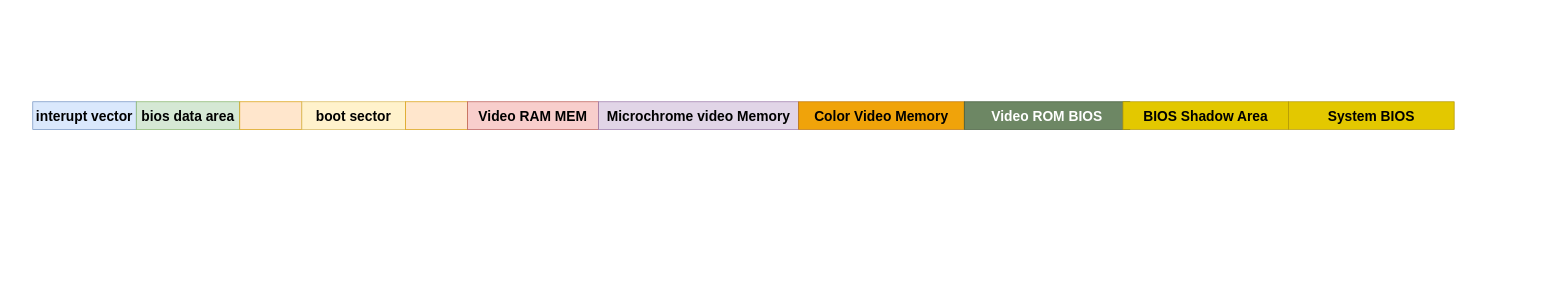
This is 未命名绘图.drawio from wbzzx-bb/HUAWEI-STORE-GO, a draw.io file, before an edit. Source tidied: cells renumbered, new cells numbered last; positions are measured from the earlier drawing's top-left corner, leaving out a move shared by most shapes. Both pictures are drawn from the tidied source at 69%, with x=0, y=0 at pixel (32, 101).
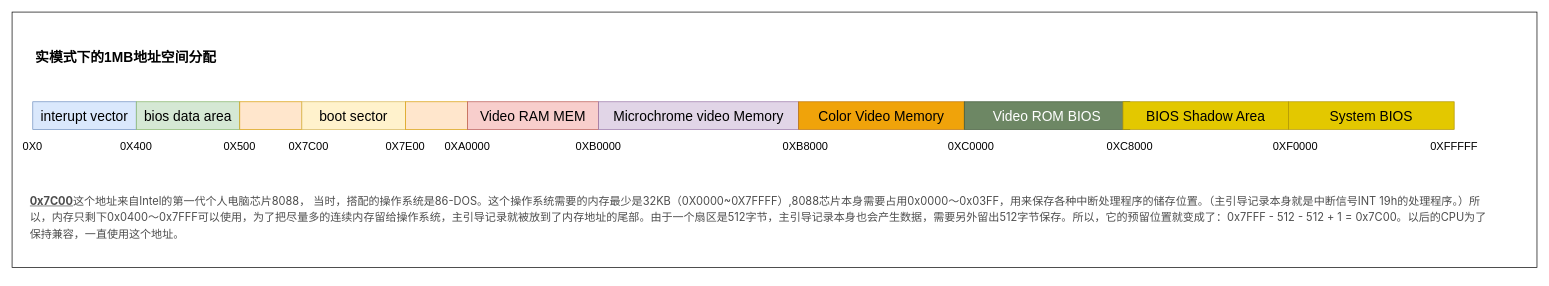
Above is the later version.

Commit message (it also covers changes not shown here):
更新未命名绘图.drawio

The edit, as a diff of the source:
```diff
@@
+    <mxCell id="13" style="whiteSpace=wrap;html=1;" parent="1" vertex="1">
+      <mxGeometry x="-30" y="-130" width="2210" height="370" as="geometry" />
+    </mxCell>
-    <mxCell id="2" value="&lt;font style=&quot;font-size: 20px;&quot;&gt;interupt vector&lt;/font&gt;" style="rounded=0;whiteSpace=wrap;html=1;fillColor=#dae8fc;strokeColor=#6c8ebf;fontStyle=1;fontSize=20;" parent="1" vertex="1">
+    <mxCell id="2" value="&lt;font style=&quot;font-size: 20px;&quot;&gt;interupt vector&lt;/font&gt;" style="rounded=0;whiteSpace=wrap;html=1;fillColor=#dae8fc;strokeColor=#6c8ebf;fontStyle=0;fontSize=20;" parent="1" vertex="1">
       <mxGeometry width="150" height="40" as="geometry" />
     </mxCell>
-    <mxCell id="3" value="bios data area" style="rounded=0;whiteSpace=wrap;html=1;fillColor=#d5e8d4;strokeColor=#82b366;fontStyle=1;fontSize=20;" parent="1" vertex="1">
+    <mxCell id="3" value="bios data area" style="rounded=0;whiteSpace=wrap;html=1;fillColor=#d5e8d4;strokeColor=#82b366;fontStyle=0;fontSize=20;" parent="1" vertex="1">
       <mxGeometry x="150" width="150" height="40" as="geometry" />
     </mxCell>
-    <mxCell id="4" style="rounded=0;whiteSpace=wrap;html=1;fillColor=#ffe6cc;strokeColor=#d79b00;fontStyle=1;fontSize=20;" parent="1" vertex="1">
+    <mxCell id="4" style="rounded=0;whiteSpace=wrap;html=1;fillColor=#ffe6cc;strokeColor=#d79b00;fontStyle=0;fontSize=20;" parent="1" vertex="1">
       <mxGeometry x="300" width="90" height="40" as="geometry" />
     </mxCell>
-    <mxCell id="5" value="boot sector" style="rounded=0;whiteSpace=wrap;html=1;fillColor=#fff2cc;strokeColor=#d6b656;fontStyle=1;fontSize=20;" parent="1" vertex="1">
+    <mxCell id="5" value="boot sector" style="rounded=0;whiteSpace=wrap;html=1;fillColor=#fff2cc;strokeColor=#d6b656;fontStyle=0;fontSize=20;" parent="1" vertex="1">
       <mxGeometry x="390" width="150" height="40" as="geometry" />
     </mxCell>
-    <mxCell id="6" style="rounded=0;whiteSpace=wrap;html=1;fillColor=#ffe6cc;strokeColor=#d79b00;fontStyle=1;fontSize=20;" parent="1" vertex="1">
+    <mxCell id="6" style="rounded=0;whiteSpace=wrap;html=1;fillColor=#ffe6cc;strokeColor=#d79b00;fontStyle=0;fontSize=20;" parent="1" vertex="1">
       <mxGeometry x="540" width="90" height="40" as="geometry" />
     </mxCell>
-    <mxCell id="7" value="Video RAM MEM" style="rounded=0;whiteSpace=wrap;html=1;fillColor=#f8cecc;strokeColor=#b85450;fontStyle=1;fontSize=20;" parent="1" vertex="1">
+    <mxCell id="7" value="Video RAM MEM" style="rounded=0;whiteSpace=wrap;html=1;fillColor=#f8cecc;strokeColor=#b85450;fontStyle=0;fontSize=20;" parent="1" vertex="1">
       <mxGeometry x="630" width="190" height="40" as="geometry" />
     </mxCell>
-    <mxCell id="8" value="Microchrome video Memory" style="rounded=0;whiteSpace=wrap;html=1;fillColor=#e1d5e7;strokeColor=#9673a6;fontStyle=1;fontSize=20;" parent="1" vertex="1">
+    <mxCell id="8" value="Microchrome video Memory" style="rounded=0;whiteSpace=wrap;html=1;fillColor=#e1d5e7;strokeColor=#9673a6;fontStyle=0;fontSize=20;" parent="1" vertex="1">
       <mxGeometry x="820" width="290" height="40" as="geometry" />
     </mxCell>
-    <mxCell id="9" value="Color Video Memory" style="rounded=0;whiteSpace=wrap;html=1;fillColor=#f0a30a;strokeColor=#BD7000;fontStyle=1;fontSize=20;fontColor=#000000;" parent="1" vertex="1">
+    <mxCell id="9" value="Color Video Memory" style="rounded=0;whiteSpace=wrap;html=1;fillColor=#f0a30a;strokeColor=#BD7000;fontStyle=0;fontSize=20;fontColor=#000000;" parent="1" vertex="1">
       <mxGeometry x="1110" width="240" height="40" as="geometry" />
     </mxCell>
-    <mxCell id="10" value="Video ROM BIOS" style="rounded=0;whiteSpace=wrap;html=1;fillColor=#6d8764;strokeColor=#3A5431;fontStyle=1;fontSize=20;fontColor=#ffffff;" parent="1" vertex="1">
+    <mxCell id="10" value="Video ROM BIOS" style="rounded=0;whiteSpace=wrap;html=1;fillColor=#6d8764;strokeColor=#3A5431;fontStyle=0;fontSize=20;fontColor=#ffffff;" parent="1" vertex="1">
       <mxGeometry x="1350" width="240" height="40" as="geometry" />
     </mxCell>
-    <mxCell id="11" value="BIOS Shadow Area" style="rounded=0;whiteSpace=wrap;html=1;fillColor=#e3c800;strokeColor=#B09500;fontStyle=1;fontSize=20;fontColor=#000000;" parent="1" vertex="1">
+    <mxCell id="11" value="BIOS Shadow Area" style="rounded=0;whiteSpace=wrap;html=1;fillColor=#e3c800;strokeColor=#B09500;fontStyle=0;fontSize=20;fontColor=#000000;" parent="1" vertex="1">
       <mxGeometry x="1580" width="240" height="40" as="geometry" />
     </mxCell>
-    <mxCell id="12" value="System BIOS" style="rounded=0;whiteSpace=wrap;html=1;fillColor=#e3c800;strokeColor=#B09500;fontStyle=1;fontSize=20;fontColor=#000000;" parent="1" vertex="1">
+    <mxCell id="12" value="System BIOS" style="rounded=0;whiteSpace=wrap;html=1;fillColor=#e3c800;strokeColor=#B09500;fontStyle=0;fontSize=20;fontColor=#000000;" parent="1" vertex="1">
       <mxGeometry x="1820" width="240" height="40" as="geometry" />
     </mxCell>
+    <mxCell id="14" value="&lt;font style=&quot;font-size: 16px;&quot;&gt;0X0&lt;/font&gt;" style="text;strokeColor=none;align=center;fillColor=none;html=1;verticalAlign=middle;whiteSpace=wrap;rounded=0;" parent="1" vertex="1">
+      <mxGeometry x="-30" y="50" width="60" height="30" as="geometry" />
+    </mxCell>
+    <mxCell id="15" value="&lt;font style=&quot;font-size: 16px;&quot;&gt;0X400&lt;/font&gt;" style="text;strokeColor=none;align=center;fillColor=none;html=1;verticalAlign=middle;whiteSpace=wrap;rounded=0;" parent="1" vertex="1">
+      <mxGeometry x="120" y="50" width="60" height="30" as="geometry" />
+    </mxCell>
+    <mxCell id="16" value="&lt;font style=&quot;font-size: 16px;&quot;&gt;0X500&lt;/font&gt;" style="text;strokeColor=none;align=center;fillColor=none;html=1;verticalAlign=middle;whiteSpace=wrap;rounded=0;" parent="1" vertex="1">
+      <mxGeometry x="270" y="50" width="60" height="30" as="geometry" />
+    </mxCell>
+    <mxCell id="17" value="&lt;font style=&quot;font-size: 16px;&quot;&gt;0X7C00&lt;/font&gt;" style="text;strokeColor=none;align=center;fillColor=none;html=1;verticalAlign=middle;whiteSpace=wrap;rounded=0;" parent="1" vertex="1">
+      <mxGeometry x="370" y="50" width="60" height="30" as="geometry" />
+    </mxCell>
+    <mxCell id="18" value="&lt;font style=&quot;font-size: 16px;&quot;&gt;0X7E00&lt;/font&gt;" style="text;strokeColor=none;align=center;fillColor=none;html=1;verticalAlign=middle;whiteSpace=wrap;rounded=0;" parent="1" vertex="1">
+      <mxGeometry x="510" y="50" width="60" height="30" as="geometry" />
+    </mxCell>
+    <mxCell id="19" value="&lt;font style=&quot;font-size: 16px;&quot;&gt;0XA0000&lt;/font&gt;" style="text;strokeColor=none;align=center;fillColor=none;html=1;verticalAlign=middle;whiteSpace=wrap;rounded=0;" parent="1" vertex="1">
+      <mxGeometry x="600" y="50" width="60" height="30" as="geometry" />
+    </mxCell>
+    <mxCell id="20" value="&lt;font style=&quot;font-size: 16px;&quot;&gt;0XB0000&lt;/font&gt;" style="text;strokeColor=none;align=center;fillColor=none;html=1;verticalAlign=middle;whiteSpace=wrap;rounded=0;" parent="1" vertex="1">
+      <mxGeometry x="790" y="50" width="60" height="30" as="geometry" />
+    </mxCell>
+    <mxCell id="21" value="&lt;font style=&quot;font-size: 16px;&quot;&gt;0XB8000&lt;/font&gt;" style="text;strokeColor=none;align=center;fillColor=none;html=1;verticalAlign=middle;whiteSpace=wrap;rounded=0;" parent="1" vertex="1">
+      <mxGeometry x="1090" y="50" width="60" height="30" as="geometry" />
+    </mxCell>
+    <mxCell id="22" value="&lt;font style=&quot;font-size: 16px;&quot;&gt;0XC0000&lt;/font&gt;" style="text;strokeColor=none;align=center;fillColor=none;html=1;verticalAlign=middle;whiteSpace=wrap;rounded=0;" parent="1" vertex="1">
+      <mxGeometry x="1330" y="50" width="60" height="30" as="geometry" />
+    </mxCell>
+    <mxCell id="23" value="&lt;font style=&quot;font-size: 16px;&quot;&gt;0XC8000&lt;/font&gt;" style="text;strokeColor=none;align=center;fillColor=none;html=1;verticalAlign=middle;whiteSpace=wrap;rounded=0;" parent="1" vertex="1">
+      <mxGeometry x="1560" y="50" width="60" height="30" as="geometry" />
+    </mxCell>
+    <mxCell id="24" value="&lt;font style=&quot;font-size: 16px;&quot;&gt;0XF0000&lt;/font&gt;" style="text;strokeColor=none;align=center;fillColor=none;html=1;verticalAlign=middle;whiteSpace=wrap;rounded=0;" parent="1" vertex="1">
+      <mxGeometry x="1800" y="50" width="60" height="30" as="geometry" />
+    </mxCell>
+    <mxCell id="25" value="&lt;font style=&quot;font-size: 16px;&quot;&gt;0XFFFFF&lt;/font&gt;" style="text;strokeColor=none;align=center;fillColor=none;html=1;verticalAlign=middle;whiteSpace=wrap;rounded=0;" parent="1" vertex="1">
+      <mxGeometry x="2030" y="50" width="60" height="30" as="geometry" />
+    </mxCell>
+    <mxCell id="26" value="&lt;font style=&quot;font-size: 20px;&quot;&gt;实模式下的1MB地址空间分配&lt;/font&gt;" style="text;strokeColor=none;align=center;fillColor=none;html=1;verticalAlign=middle;whiteSpace=wrap;rounded=0;fontStyle=1;" parent="1" vertex="1">
+      <mxGeometry x="-20" y="-80" width="310" height="30" as="geometry" />
+    </mxCell>
+    <mxCell id="27" value="&lt;p style=&quot;box-sizing: border-box; outline: 0px; margin: 0px 0px 16px; padding: 0px; font-size: 16px; color: rgb(77, 77, 77); overflow: auto hidden; font-synthesis-style: auto; overflow-wrap: break-word; font-family: -apple-system, &amp;quot;SF UI Text&amp;quot;, Arial, &amp;quot;PingFang SC&amp;quot;, &amp;quot;Hiragino Sans GB&amp;quot;, &amp;quot;Microsoft YaHei&amp;quot;, &amp;quot;WenQuanYi Micro Hei&amp;quot;, sans-serif, SimHei, SimSun; text-align: start; background-color: rgb(255, 255, 255); line-height: 24px !important;&quot;&gt;&lt;u&gt;&lt;b&gt;0x7C00&lt;/b&gt;&lt;/u&gt;这个地址来自Intel的第一代个人电脑芯片8088， 当时，搭配的操作系统是86-DOS。这个操作系统需要的内存最少是32KB（0X0000~0X7FFFF）,8088芯片本身需要占用0x0000～0x03FF，用来保存各种中断处理程序的储存位置。（主引导记录本身就是中断信号INT 19h的处理程序。）所以，内存只剩下0x0400～0x7FFF可以使用，为了把尽量多的连续内存留给操作系统，主引导记录就被放到了内存地址的尾部。由于一个扇区是512字节，主引导记录本身也会产生数据，需要另外留出512字节保存。所以，它的预留位置就变成了：0x7FFF - 512 - 512 + 1 = 0x7C00。以后的CPU为了保持兼容，一直使用这个地址。&lt;/p&gt;" style="text;strokeColor=none;align=center;fillColor=none;html=1;verticalAlign=middle;whiteSpace=wrap;rounded=0;" parent="1" vertex="1">
+      <mxGeometry x="-5" y="100" width="2125" height="150" as="geometry" />
+    </mxCell>
```
